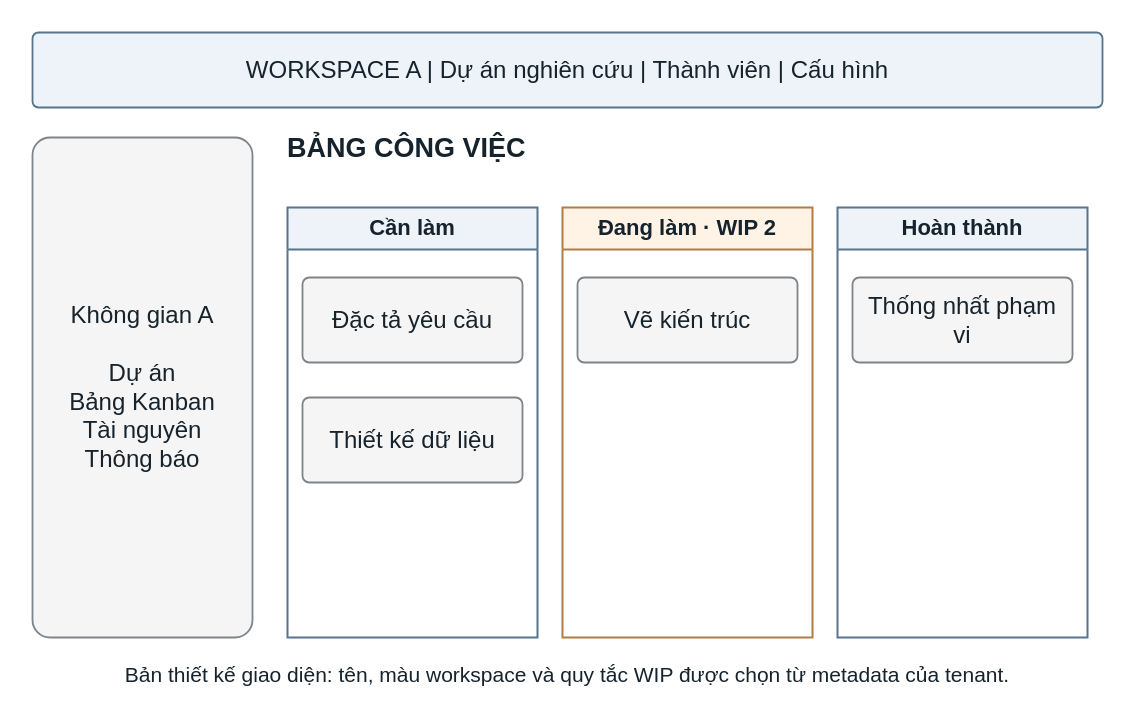
This is output/report-theo-dany/figures/drawio/hinh_3_6_giao_dien.drawio from Hungcb123/NCKH-Hung, a draw.io file, before an edit. Source tidied: cells renumbered, new cells numbered last; positions are measured from the earlier drawing's top-left corner, leaving out a move shared by most shapes. Both pictures are drawn from the tidied source at 100%, with x=0, y=0 at pixel (17, 17).
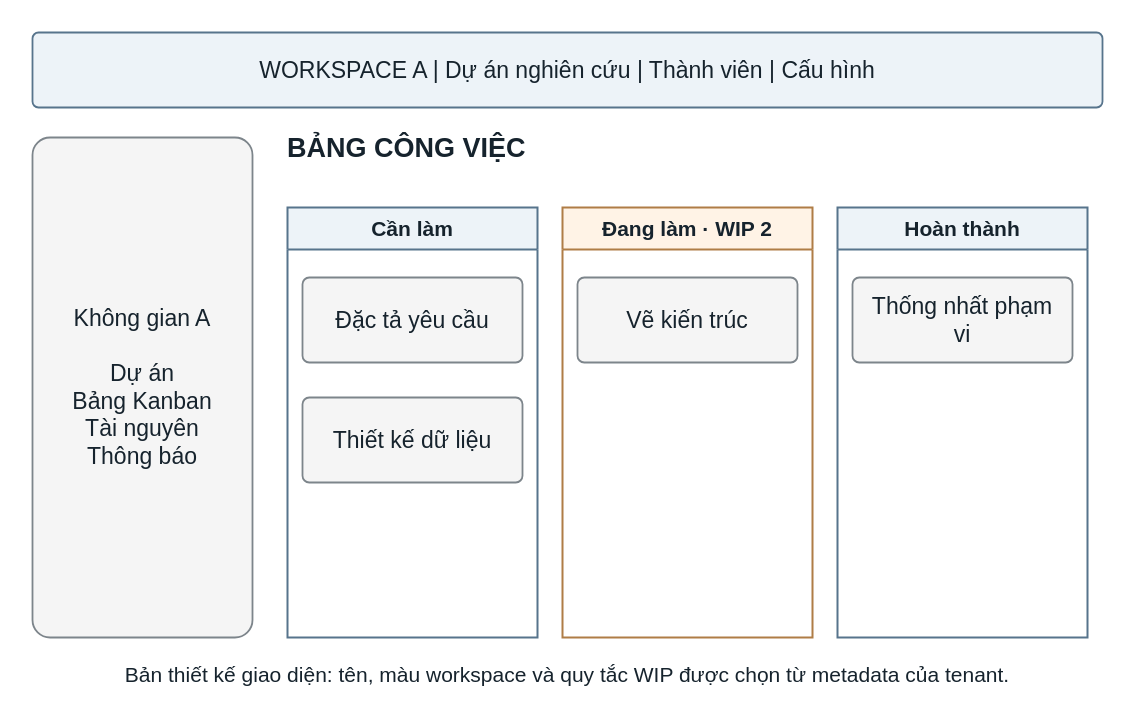
Above is the later version.

Diff of the diagram source:
```diff
@@
 <mxGraphModel background="#ffffff">
   <root>
     <mxCell id="0" />
     <mxCell id="1" parent="0" />
     <mxCell id="2" style="html=1;whiteSpace=wrap;fontFamily=Arial;fontColor=#16232D;fontSize=24;spacing=10;align=center;verticalAlign=middle;fillColor=none;strokeColor=none;" parent="1" vertex="1">
       <mxGeometry width="1100" height="690" as="geometry" />
     </mxCell>
-    <mxCell id="3" value="WORKSPACE A   |   Dự án nghiên cứu   |   Thành viên   |   Cấu hình" style="html=1;whiteSpace=wrap;fontFamily=Arial;fontColor=#16232D;fontSize=24;spacing=10;align=center;verticalAlign=middle;rounded=1;arcSize=8;fillColor=#EDF3F8;strokeColor=#57748C;strokeWidth=1.8;" parent="1" vertex="1">
+    <mxCell id="3" value="WORKSPACE A   |   Dự án nghiên cứu   |   Thành viên   |   Cấu hình" style="html=1;whiteSpace=wrap;fontFamily=Arial;fontColor=#16232D;fontSize=24;spacing=10;align=center;verticalAlign=middle;rounded=1;arcSize=8;fontSize=23;fillColor=#EDF3F8;strokeColor=#57748C;strokeWidth=1.8;" parent="1" vertex="1">
       <mxGeometry x="15" y="15" width="1070" height="75" as="geometry" />
     </mxCell>
-    <mxCell id="4" value="Không gian A&#10;&#10;Dự án&#10;Bảng Kanban&#10;Tài nguyên&#10;Thông báo" style="html=1;whiteSpace=wrap;fontFamily=Arial;fontColor=#16232D;fontSize=24;spacing=10;align=center;verticalAlign=middle;rounded=1;arcSize=8;fillColor=#F5F5F5;strokeColor=#7D858B;strokeWidth=1.8;" parent="1" vertex="1">
+    <mxCell id="4" value="Không gian A&#10;&#10;Dự án&#10;Bảng Kanban&#10;Tài nguyên&#10;Thông báo" style="html=1;whiteSpace=wrap;fontFamily=Arial;fontColor=#16232D;fontSize=24;spacing=10;align=center;verticalAlign=middle;rounded=1;arcSize=8;fontSize=23;fillColor=#F5F5F5;strokeColor=#7D858B;strokeWidth=1.8;" parent="1" vertex="1">
       <mxGeometry x="15" y="120" width="220" height="500" as="geometry" />
     </mxCell>
     <mxCell id="5" value="BẢNG CÔNG VIỆC" style="html=1;whiteSpace=wrap;fontFamily=Arial;fontColor=#16232D;fontSize=24;spacing=10;align=center;verticalAlign=middle;text;strokeColor=none;fillColor=none;fontSize=27;fontStyle=1;align=left;spacing=0;" parent="1" vertex="1">
       <mxGeometry x="270" y="110" width="780" height="50" as="geometry" />
     </mxCell>
-    <mxCell id="6" value="Cần làm" style="html=1;whiteSpace=wrap;fontFamily=Arial;fontColor=#16232D;fontSize=24;spacing=10;align=center;verticalAlign=middle;swimlane;startSize=42;horizontal=1;fontSize=22;fontStyle=1;fillColor=#EDF3F8;swimlaneFillColor=#FFFFFF;strokeColor=#57748C;strokeWidth=2;" parent="1" vertex="1">
+    <mxCell id="6" value="Cần làm" style="html=1;whiteSpace=wrap;fontFamily=Arial;fontColor=#16232D;fontSize=24;spacing=10;align=center;verticalAlign=middle;swimlane;startSize=42;horizontal=1;fontSize=21;fontStyle=1;fillColor=#EDF3F8;swimlaneFillColor=#FFFFFF;strokeColor=#57748C;strokeWidth=2;" parent="1" vertex="1">
       <mxGeometry x="270" y="190" width="250" height="430" as="geometry" />
     </mxCell>
-    <mxCell id="7" value="Đặc tả yêu cầu" style="html=1;whiteSpace=wrap;fontFamily=Arial;fontColor=#16232D;fontSize=24;spacing=10;align=center;verticalAlign=middle;rounded=1;arcSize=8;fillColor=#F5F5F5;strokeColor=#7D858B;strokeWidth=1.8;" parent="1" vertex="1">
+    <mxCell id="7" value="Đặc tả yêu cầu" style="html=1;whiteSpace=wrap;fontFamily=Arial;fontColor=#16232D;fontSize=24;spacing=10;align=center;verticalAlign=middle;rounded=1;arcSize=8;fontSize=23;fillColor=#F5F5F5;strokeColor=#7D858B;strokeWidth=1.8;" parent="1" vertex="1">
       <mxGeometry x="285" y="260" width="220" height="85" as="geometry" />
     </mxCell>
-    <mxCell id="8" value="Thiết kế dữ liệu" style="html=1;whiteSpace=wrap;fontFamily=Arial;fontColor=#16232D;fontSize=24;spacing=10;align=center;verticalAlign=middle;rounded=1;arcSize=8;fillColor=#F5F5F5;strokeColor=#7D858B;strokeWidth=1.8;" parent="1" vertex="1">
+    <mxCell id="8" value="Thiết kế dữ liệu" style="html=1;whiteSpace=wrap;fontFamily=Arial;fontColor=#16232D;fontSize=24;spacing=10;align=center;verticalAlign=middle;rounded=1;arcSize=8;fontSize=23;fillColor=#F5F5F5;strokeColor=#7D858B;strokeWidth=1.8;" parent="1" vertex="1">
       <mxGeometry x="285" y="380" width="220" height="85" as="geometry" />
     </mxCell>
-    <mxCell id="9" value="Đang làm · WIP 2" style="html=1;whiteSpace=wrap;fontFamily=Arial;fontColor=#16232D;fontSize=24;spacing=10;align=center;verticalAlign=middle;swimlane;startSize=42;horizontal=1;fontSize=22;fontStyle=1;fillColor=#FFF3E6;swimlaneFillColor=#FFFFFF;strokeColor=#AF7D46;strokeWidth=2;" parent="1" vertex="1">
+    <mxCell id="9" value="Đang làm · WIP 2" style="html=1;whiteSpace=wrap;fontFamily=Arial;fontColor=#16232D;fontSize=24;spacing=10;align=center;verticalAlign=middle;swimlane;startSize=42;horizontal=1;fontSize=21;fontStyle=1;fillColor=#FFF3E6;swimlaneFillColor=#FFFFFF;strokeColor=#AF7D46;strokeWidth=2;" parent="1" vertex="1">
       <mxGeometry x="545" y="190" width="250" height="430" as="geometry" />
     </mxCell>
-    <mxCell id="10" value="Vẽ kiến trúc" style="html=1;whiteSpace=wrap;fontFamily=Arial;fontColor=#16232D;fontSize=24;spacing=10;align=center;verticalAlign=middle;rounded=1;arcSize=8;fillColor=#F5F5F5;strokeColor=#7D858B;strokeWidth=1.8;" parent="1" vertex="1">
+    <mxCell id="10" value="Vẽ kiến trúc" style="html=1;whiteSpace=wrap;fontFamily=Arial;fontColor=#16232D;fontSize=24;spacing=10;align=center;verticalAlign=middle;rounded=1;arcSize=8;fontSize=23;fillColor=#F5F5F5;strokeColor=#7D858B;strokeWidth=1.8;" parent="1" vertex="1">
       <mxGeometry x="560" y="260" width="220" height="85" as="geometry" />
     </mxCell>
-    <mxCell id="11" value="Hoàn thành" style="html=1;whiteSpace=wrap;fontFamily=Arial;fontColor=#16232D;fontSize=24;spacing=10;align=center;verticalAlign=middle;swimlane;startSize=42;horizontal=1;fontSize=22;fontStyle=1;fillColor=#EDF3F8;swimlaneFillColor=#FFFFFF;strokeColor=#57748C;strokeWidth=2;" parent="1" vertex="1">
+    <mxCell id="11" value="Hoàn thành" style="html=1;whiteSpace=wrap;fontFamily=Arial;fontColor=#16232D;fontSize=24;spacing=10;align=center;verticalAlign=middle;swimlane;startSize=42;horizontal=1;fontSize=21;fontStyle=1;fillColor=#EDF3F8;swimlaneFillColor=#FFFFFF;strokeColor=#57748C;strokeWidth=2;" parent="1" vertex="1">
       <mxGeometry x="820" y="190" width="250" height="430" as="geometry" />
     </mxCell>
-    <mxCell id="12" value="Thống nhất phạm vi" style="html=1;whiteSpace=wrap;fontFamily=Arial;fontColor=#16232D;fontSize=24;spacing=10;align=center;verticalAlign=middle;rounded=1;arcSize=8;fillColor=#F5F5F5;strokeColor=#7D858B;strokeWidth=1.8;" parent="1" vertex="1">
+    <mxCell id="12" value="Thống nhất phạm vi" style="html=1;whiteSpace=wrap;fontFamily=Arial;fontColor=#16232D;fontSize=24;spacing=10;align=center;verticalAlign=middle;rounded=1;arcSize=8;fontSize=23;fillColor=#F5F5F5;strokeColor=#7D858B;strokeWidth=1.8;" parent="1" vertex="1">
       <mxGeometry x="835" y="260" width="220" height="85" as="geometry" />
     </mxCell>
     <mxCell id="13" value="Bản thiết kế giao diện: tên, màu workspace và quy tắc WIP được chọn từ metadata của tenant." style="html=1;whiteSpace=wrap;fontFamily=Arial;fontColor=#16232D;fontSize=24;spacing=10;align=center;verticalAlign=middle;text;strokeColor=none;fillColor=none;fontSize=21;fontStyle=0;align=center;spacing=0;" parent="1" vertex="1">
       <mxGeometry x="20" y="640" width="1060" height="40" as="geometry" />
     </mxCell>
   </root>
 </mxGraphModel>
```
